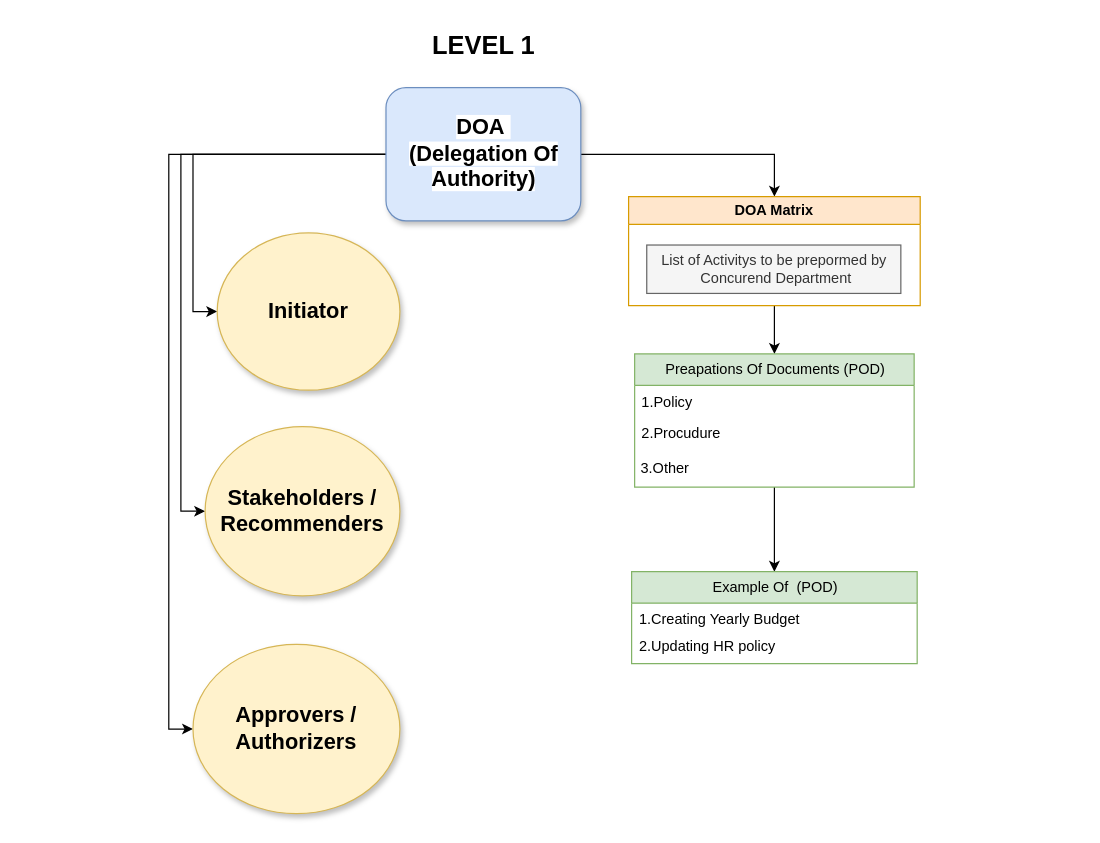
Earlier version of the draw.io diagram page "Page-2" (2 of 5) of DMS_wf.drawio (AvikM1996/draw.io). Source tidied: cells renumbered, new cells numbered last; positions are measured from the earlier drawing's top-left corner, leaving out a move shared by most shapes. Both pictures are drawn from the tidied source at 121%, with x=0, y=0 at pixel (192, 21).
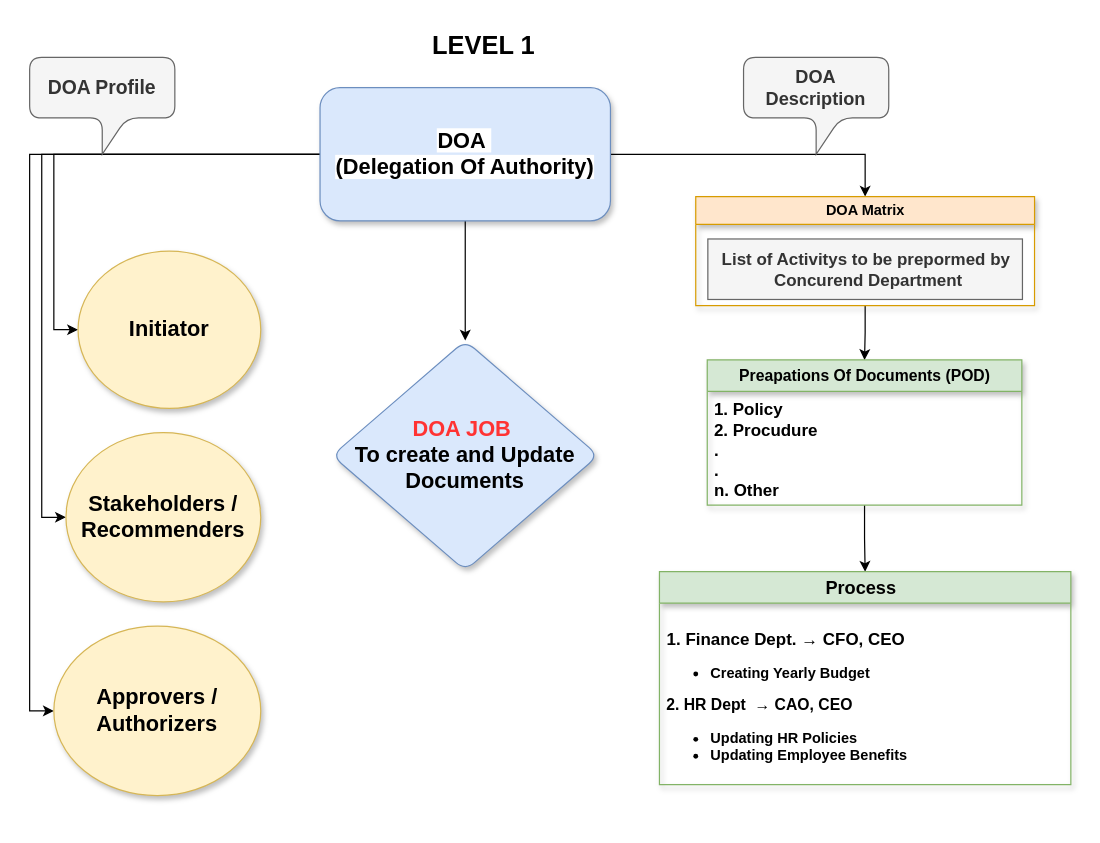
The same page after the edit.

Diff of the diagram source:
```diff
@@
+    <mxCell id="22" style="edgeStyle=orthogonalEdgeStyle;rounded=0;jettySize=auto;html=1;" parent="1" edge="1" source="6" target="26">
+      <mxGeometry relative="1" as="geometry" />
+    </mxCell>
     <mxCell id="6" value="&lt;span style=&quot;background-color: light-dark(#ffffff, var(--ge-dark-color, #121212));&quot;&gt;&lt;br&gt;&lt;span style=&quot;color: rgb(0, 0, 0); font-weight: 700;&quot;&gt;DOA&amp;nbsp;&lt;/span&gt;&lt;/span&gt;&lt;div style=&quot;color: rgb(0, 0, 0); font-weight: 700;&quot;&gt;&lt;span style=&quot;background-color: light-dark(#ffffff, var(--ge-dark-color, #121212));&quot;&gt;(Delegation Of Authority)&lt;/span&gt;&lt;/div&gt;&lt;span style=&quot;background-color: light-dark(#ffffff, var(--ge-dark-color, #121212));&quot;&gt;&lt;br&gt;&lt;/span&gt;" style="rounded=1;whiteSpace=wrap;html=1;fillColor=#dae8fc;strokeColor=#6c8ebf;fontSize=18;shadow=1;glass=0;" parent="1" vertex="1">
-      <mxGeometry x="159.5" y="55" width="161" height="110" as="geometry" />
+      <mxGeometry x="105" y="55" width="240" height="110" as="geometry" />
     </mxCell>
@@
-    <mxCell id="8" value="DOA Matrix" style="swimlane;whiteSpace=wrap;html=1;fillColor=#ffe6cc;strokeColor=#d79b00;" parent="1" vertex="1">
-      <mxGeometry x="360" y="145" width="241" height="90" as="geometry" />
+    <mxCell id="8" value="DOA Matrix" style="swimlane;whiteSpace=wrap;html=1;fillColor=#ffe6cc;strokeColor=#d79b00;shadow=1;" parent="1" vertex="1">
+      <mxGeometry x="415.5" y="145" width="280" height="90" as="geometry" />
     </mxCell>
-    <mxCell id="9" value="List of Activitys to be prepormed by&lt;div&gt;&amp;nbsp;Concurend Department&lt;/div&gt;" style="text;html=1;align=center;verticalAlign=middle;strokeColor=#666666;fillColor=#f5f5f5;fontColor=#333333;" parent="8" vertex="1">
-      <mxGeometry x="15" y="40" width="210" height="40" as="geometry" />
+    <mxCell id="9" value="&lt;b&gt;&lt;font style=&quot;font-size: 14px;&quot;&gt;List of Activitys to be prepormed by&lt;/font&gt;&lt;/b&gt;&lt;div&gt;&lt;b&gt;&lt;font style=&quot;font-size: 14px;&quot;&gt;&amp;nbsp;Concurend Department&lt;/font&gt;&lt;/b&gt;&lt;/div&gt;" style="text;html=1;align=center;verticalAlign=middle;strokeColor=#666666;fillColor=#f5f5f5;fontColor=#333333;" parent="8" vertex="1">
+      <mxGeometry x="10" y="35" width="260" height="50" as="geometry" />
     </mxCell>
@@
-    <mxCell id="11" value="Preapations Of Documents (POD)" style="swimlane;fontStyle=0;horizontal=1;startSize=26;fillColor=#d5e8d4;html=1;strokeColor=#82b366;" parent="1" vertex="1">
-      <mxGeometry x="365" y="275" width="231" height="110" as="geometry" />
+    <mxCell id="11" value="&lt;font style=&quot;font-size: 13px;&quot;&gt;&lt;b&gt;Preapations Of Documents (POD)&lt;/b&gt;&lt;/font&gt;" style="swimlane;fontStyle=0;horizontal=1;startSize=26;fillColor=#d5e8d4;html=1;strokeColor=#82b366;shadow=1;" parent="1" vertex="1">
+      <mxGeometry x="425" y="280" width="260" height="120" as="geometry" />
     </mxCell>
-    <mxCell id="12" value="1.Policy&lt;span style=&quot;white-space: pre;&quot;&gt;&#9;&lt;/span&gt;" style="text;strokeColor=none;fillColor=none;align=left;verticalAlign=top;spacingLeft=4;spacingRight=4;overflow=hidden;whiteSpace=wrap;html=1;" parent="11" vertex="1">
-      <mxGeometry y="26" width="231" height="26" as="geometry" />
+    <mxCell id="12" value="&lt;font style=&quot;font-size: 14px;&quot;&gt;&lt;b&gt;1. Policy&lt;span style=&quot;white-space: pre;&quot;&gt;&#9;&lt;/span&gt;&lt;/b&gt;&lt;/font&gt;&lt;div&gt;&lt;font style=&quot;font-size: 14px;&quot;&gt;&lt;b&gt;2. Procudure&lt;/b&gt;&lt;/font&gt;&lt;/div&gt;&lt;div&gt;&lt;font style=&quot;font-size: 14px;&quot;&gt;&lt;b&gt;.&lt;/b&gt;&lt;/font&gt;&lt;/div&gt;&lt;div&gt;&lt;font style=&quot;font-size: 14px;&quot;&gt;&lt;b&gt;.&lt;/b&gt;&lt;/font&gt;&lt;/div&gt;&lt;div&gt;&lt;font style=&quot;font-size: 14px;&quot;&gt;&lt;b&gt;n. Other&lt;/b&gt;&lt;/font&gt;&lt;/div&gt;" style="text;strokeColor=none;fillColor=none;align=left;verticalAlign=top;spacingLeft=4;spacingRight=4;overflow=hidden;whiteSpace=wrap;html=1;" parent="11" vertex="1">
+      <mxGeometry y="26" width="260" height="94" as="geometry" />
     </mxCell>
-    <mxCell id="13" value="2.Procudure" style="text;strokeColor=none;fillColor=none;align=left;verticalAlign=top;spacingLeft=4;spacingRight=4;overflow=hidden;whiteSpace=wrap;html=1;" parent="11" vertex="1">
-      <mxGeometry y="52" width="231" height="28" as="geometry" />
-    </mxCell>
-    <mxCell id="14" value="&amp;nbsp;3.Other" style="text;html=1;align=left;verticalAlign=middle;strokeColor=none;fillColor=none;" parent="11" vertex="1">
-      <mxGeometry y="80" width="231" height="30" as="geometry" />
-    </mxCell>
     <mxCell id="15" value="&lt;b&gt;Initiator&lt;/b&gt;" style="ellipse;whiteSpace=wrap;html=1;fontSize=18;fillColor=#fff2cc;strokeColor=#d6b656;rounded=1;shadow=1;" parent="1" vertex="1">
-      <mxGeometry x="20" y="175" width="151" height="130" as="geometry" />
+      <mxGeometry x="-95" y="190" width="151" height="130" as="geometry" />
     </mxCell>
     <mxCell id="16" value="&lt;div&gt;&lt;b&gt;&lt;br&gt;&lt;/b&gt;&lt;/div&gt;&lt;b&gt;&lt;span&gt;Stakeholders&lt;/span&gt;&amp;nbsp;/&lt;/b&gt;&lt;div&gt;&lt;b&gt;&lt;span&gt;Recommenders&lt;/span&gt;&lt;br&gt;&lt;/b&gt;&lt;div&gt;&lt;br&gt;&lt;/div&gt;&lt;/div&gt;" style="ellipse;whiteSpace=wrap;html=1;fontSize=18;fillColor=#fff2cc;strokeColor=#d6b656;rounded=1;align=center;shadow=1;" parent="1" vertex="1">
-      <mxGeometry x="10" y="335" width="161" height="140" as="geometry" />
+      <mxGeometry x="-105" y="340" width="161" height="140" as="geometry" />
     </mxCell>
     <mxCell id="17" value="&lt;strong&gt;Approvers&lt;/strong&gt;&amp;nbsp;&lt;b&gt;/&lt;/b&gt;&lt;div&gt;&lt;strong&gt;Authorizers&lt;/strong&gt;&lt;/div&gt;" style="ellipse;whiteSpace=wrap;html=1;fontSize=18;fillColor=#fff2cc;strokeColor=#d6b656;rounded=1;shadow=1;" parent="1" vertex="1">
-      <mxGeometry y="515" width="171" height="140" as="geometry" />
+      <mxGeometry x="-115" y="500" width="171" height="140" as="geometry" />
     </mxCell>
-    <mxCell id="18" value="Example Of&amp;nbsp; (POD)" style="swimlane;fontStyle=0;horizontal=1;startSize=26;fillColor=#d5e8d4;html=1;strokeColor=#82b366;" parent="1" vertex="1">
-      <mxGeometry x="362.5" y="455" width="236" height="76" as="geometry" />
+    <mxCell id="18" value="&lt;b&gt;&lt;font style=&quot;font-size: 15px;&quot;&gt;Process&amp;nbsp;&amp;nbsp;&lt;/font&gt;&lt;/b&gt;" style="swimlane;fontStyle=0;horizontal=1;startSize=26;fillColor=#d5e8d4;html=1;strokeColor=#82b366;shadow=1;" parent="1" vertex="1">
+      <mxGeometry x="385.5" y="455" width="340" height="176" as="geometry" />
     </mxCell>
-    <mxCell id="19" value="1.Creating Yearly Budget" style="text;strokeColor=none;fillColor=none;align=left;verticalAlign=top;spacingLeft=4;spacingRight=4;overflow=hidden;whiteSpace=wrap;html=1;" parent="18" vertex="1">
-      <mxGeometry y="26" width="236" height="22" as="geometry" />
-    </mxCell>
-    <mxCell id="20" value="2.Updating HR policy" style="text;strokeColor=none;fillColor=none;align=left;verticalAlign=top;spacingLeft=4;spacingRight=4;overflow=hidden;whiteSpace=wrap;html=1;" parent="18" vertex="1">
-      <mxGeometry y="48" width="236" height="28" as="geometry" />
-    </mxCell>
+    <mxCell id="23" value="&lt;b&gt;&lt;font style=&quot;font-size: 14px;&quot;&gt;&amp;nbsp; &amp;nbsp;&lt;/font&gt;&lt;/b&gt;&lt;div&gt;&lt;font style=&quot;font-size: 14px;&quot;&gt;&lt;strong style=&quot;background-color: transparent; color: light-dark(rgb(0, 0, 0), rgb(255, 255, 255));&quot;&gt;&amp;nbsp;1. Finance Dept.&lt;/strong&gt;&lt;span style=&quot;background-color: transparent; color: light-dark(rgb(0, 0, 0), rgb(255, 255, 255));&quot;&gt;&amp;nbsp;&lt;/span&gt;&lt;span style=&quot;background-color: transparent; color: light-dark(rgb(0, 0, 0), rgb(255, 255, 255));&quot;&gt;→&lt;/span&gt;&lt;span style=&quot;background-color: transparent; color: light-dark(rgb(0, 0, 0), rgb(255, 255, 255));&quot;&gt;&amp;nbsp;&lt;/span&gt;&lt;strong style=&quot;background-color: transparent; color: light-dark(rgb(0, 0, 0), rgb(255, 255, 255));&quot;&gt;CFO, CEO&lt;/strong&gt;&lt;/font&gt;&lt;/div&gt;&lt;div&gt;&lt;ul&gt;&lt;li&gt;&lt;b&gt;&lt;font&gt;Creating Yearly Budget&lt;/font&gt;&lt;/b&gt;&lt;/li&gt;&lt;/ul&gt;&lt;div&gt;&lt;font style=&quot;font-size: 13px;&quot;&gt;&lt;b&gt;&amp;nbsp;2. HR Dept&amp;nbsp; → CAO, CEO&lt;/b&gt;&lt;/font&gt;&lt;/div&gt;&lt;/div&gt;&lt;div&gt;&lt;ul&gt;&lt;li&gt;&lt;b&gt;Updating HR Policies&lt;/b&gt;&lt;/li&gt;&lt;li&gt;&lt;b&gt;Updating Employee Benefits&lt;/b&gt;&lt;/li&gt;&lt;/ul&gt;&lt;/div&gt;" style="text;html=1;align=left;verticalAlign=middle;strokeColor=none;fillColor=none;" parent="18" vertex="1">
+      <mxGeometry y="26" width="340" height="150" as="geometry" />
+    </mxCell>
@@
+    <mxCell id="24" value="&lt;b&gt;DOA Profile&lt;/b&gt;" style="shape=callout;whiteSpace=wrap;html=1;perimeter=calloutPerimeter;base=20;fontSize=16;fillColor=#f5f5f5;fontColor=#333333;strokeColor=#666666;rounded=1;" parent="1" vertex="1">
+      <mxGeometry x="-135" y="30" width="120" height="80" as="geometry" />
+    </mxCell>
+    <mxCell id="25" value="&lt;b&gt;&lt;font style=&quot;font-size: 15px;&quot;&gt;DOA Description&lt;/font&gt;&lt;/b&gt;" style="shape=callout;whiteSpace=wrap;html=1;perimeter=calloutPerimeter;fillColor=#f5f5f5;strokeColor=#666666;fontColor=#333333;rounded=1;" parent="1" vertex="1">
+      <mxGeometry x="455" y="30" width="120" height="80" as="geometry" />
+    </mxCell>
+    <mxCell id="26" value="&lt;div&gt;&lt;b&gt;&lt;font style=&quot;color: rgb(255, 51, 51);&quot;&gt;DOA JOB&amp;nbsp;&lt;/font&gt;&lt;/b&gt;&lt;/div&gt;&lt;b&gt;To create and Update&lt;/b&gt;&lt;div&gt;&lt;b&gt;Documents&lt;/b&gt;&lt;/div&gt;" style="rhombus;whiteSpace=wrap;html=1;fontSize=18;fillColor=#dae8fc;strokeColor=#6c8ebf;rounded=1;shadow=1;glass=0;" parent="1" vertex="1">
+      <mxGeometry x="115" y="264" width="220" height="190" as="geometry" />
+    </mxCell>
```
